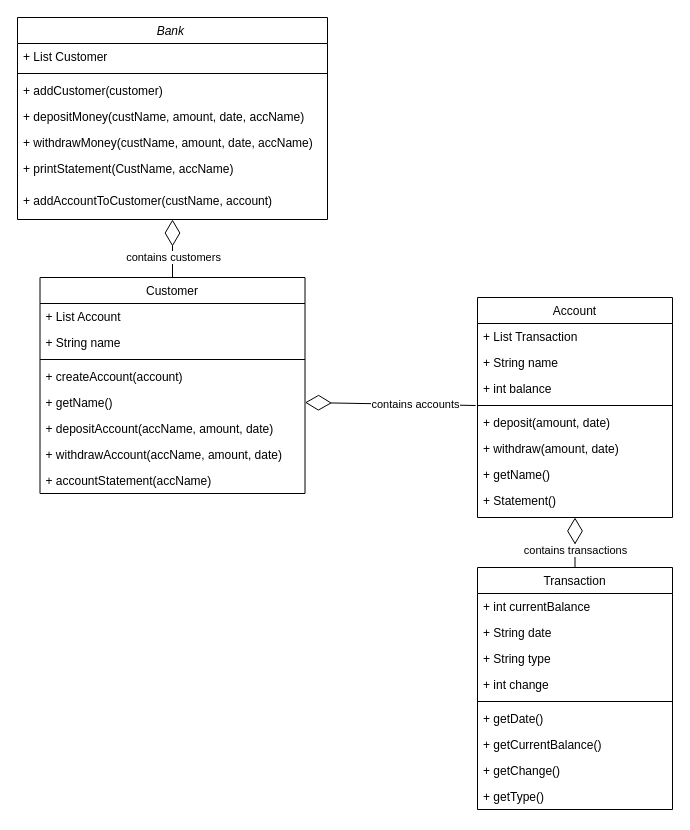
Earlier version of the draw.io diagram BankChallengeClassDiagram.drawio (boolean-uk/csharp-tdd-oop-bank-challenge). Source tidied: cells renumbered, new cells numbered last; positions are measured from the earlier drawing's top-left corner, leaving out a move shared by most shapes. Both pictures are drawn from the tidied source at 100%, with x=0, y=0 at pixel (17, 17).
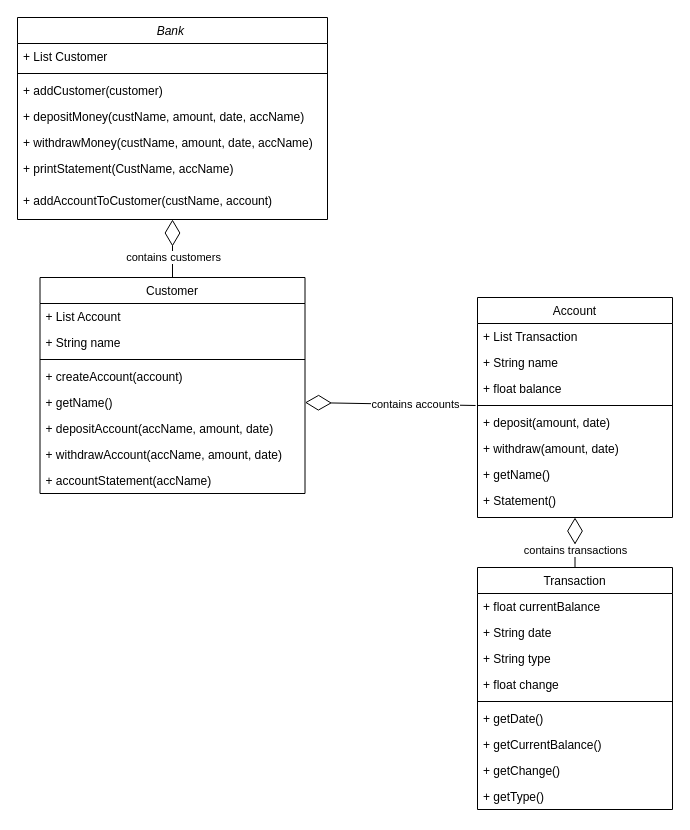
Above is the later version.

The change refers to these unchanged cells:
```xml
<mxCell id="21" value="Account" style="swimlane;fontStyle=0;align=center;verticalAlign=top;horizontal=1;startSize=26;rounded=0;shadow=0;strokeWidth=1;" parent="1" vertex="1">
  <mxGeometry x="460" y="280" width="195" height="220" as="geometry" />
</mxCell>
<mxCell id="32" value="Transaction" style="swimlane;fontStyle=0;align=center;verticalAlign=top;horizontal=1;startSize=26;rounded=0;shadow=0;strokeWidth=1;" parent="1" vertex="1">
  <mxGeometry x="460" y="550" width="195" height="242" as="geometry" />
</mxCell>
```

What changed in the source:
```diff
@@
-    <mxCell id="24" value="+ int balance" style="text;align=left;verticalAlign=top;spacingLeft=4;spacingRight=4;overflow=hidden;rounded=0;shadow=0;html=0;" parent="21" vertex="1">
+    <mxCell id="24" value="+ float balance" style="text;align=left;verticalAlign=top;spacingLeft=4;spacingRight=4;overflow=hidden;rounded=0;shadow=0;html=0;" parent="21" vertex="1">
       <mxGeometry y="78" width="195" height="26" as="geometry" />
     </mxCell>
@@
-    <mxCell id="33" value="+ int currentBalance" style="text;align=left;verticalAlign=top;spacingLeft=4;spacingRight=4;overflow=hidden;" parent="32" vertex="1">
+    <mxCell id="33" value="+ float currentBalance" style="text;align=left;verticalAlign=top;spacingLeft=4;spacingRight=4;overflow=hidden;" parent="32" vertex="1">
       <mxGeometry y="26" width="195" height="26" as="geometry" />
     </mxCell>
@@
-    <mxCell id="36" value="+ int change" style="text;align=left;verticalAlign=top;spacingLeft=4;spacingRight=4;overflow=hidden;rounded=0;shadow=0;html=0;" parent="32" vertex="1">
+    <mxCell id="36" value="+ float change" style="text;align=left;verticalAlign=top;spacingLeft=4;spacingRight=4;overflow=hidden;rounded=0;shadow=0;html=0;" parent="32" vertex="1">
       <mxGeometry y="104" width="195" height="26" as="geometry" />
     </mxCell>
```
